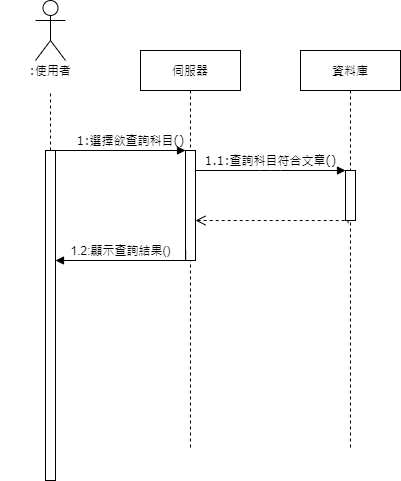
10746010/Plearnet-back-end keeps this draw.io diagram as src/main/uml/subjectsearch-2.png. Above is the earlier version. Source tidied: cells renumbered, new cells last; positions are measured from the earlier drawing's top-left corner, leaving out a move shared by most shapes. Source of this version:
```xml
<mxGraphModel background="#ffffff">
  <root>
    <mxCell id="0" />
    <mxCell id="1" parent="0" />
    <mxCell id="2" value="伺服器" style="shape=umlLifeline;perimeter=lifelinePerimeter;whiteSpace=wrap;html=1;rounded=0;shadow=0;comic=0;labelBackgroundColor=none;strokeWidth=1;fontFamily=Verdana;fontSize=12;align=center;" parent="1" vertex="1">
      <mxGeometry x="140" y="50" width="100" height="400" as="geometry" />
    </mxCell>
    <mxCell id="3" style="html=1;points=[];perimeter=orthogonalPerimeter;rounded=0;shadow=0;comic=0;labelBackgroundColor=none;strokeWidth=1;fontFamily=Verdana;fontSize=12;align=center;" parent="2" vertex="1">
      <mxGeometry x="45" y="100" width="10" height="110" as="geometry" />
    </mxCell>
    <mxCell id="4" value="資料庫" style="shape=umlLifeline;perimeter=lifelinePerimeter;whiteSpace=wrap;html=1;rounded=0;shadow=0;comic=0;labelBackgroundColor=none;strokeWidth=1;fontFamily=Verdana;fontSize=12;align=center;" parent="1" vertex="1">
      <mxGeometry x="300" y="50" width="100" height="400" as="geometry" />
    </mxCell>
    <mxCell id="5" style="html=1;points=[];perimeter=orthogonalPerimeter;rounded=0;shadow=0;comic=0;labelBackgroundColor=none;strokeWidth=1;fontFamily=Verdana;fontSize=12;align=center;" parent="4" vertex="1">
      <mxGeometry x="45" y="120" width="10" height="50" as="geometry" />
    </mxCell>
    <mxCell id="6" value=":使用者" style="shape=umlLifeline;perimeter=lifelinePerimeter;whiteSpace=wrap;html=1;rounded=1;shadow=0;comic=0;labelBackgroundColor=none;strokeWidth=1;fontFamily=Verdana;fontSize=12;align=center;fillColor=none;size=40;strokeColor=none;" parent="1" vertex="1">
      <mxGeometry y="50" width="100" height="400" as="geometry" />
    </mxCell>
    <mxCell id="7" style="html=1;points=[];perimeter=orthogonalPerimeter;rounded=0;shadow=0;comic=0;labelBackgroundColor=none;strokeWidth=1;fontFamily=Verdana;fontSize=12;align=center;" parent="6" vertex="1">
      <mxGeometry x="45" y="100" width="10" height="330" as="geometry" />
    </mxCell>
    <mxCell id="8" value="1:選擇欲查詢科目()" style="html=1;verticalAlign=bottom;endArrow=block;entryX=0;entryY=0;labelBackgroundColor=none;fontFamily=Verdana;fontSize=12;edgeStyle=elbowEdgeStyle;elbow=vertical;" parent="1" edge="1" source="7" target="3">
      <mxGeometry x="0.15" relative="1" as="geometry" />
    </mxCell>
    <mxCell id="9" value="1.1:查詢科目符合文章()" style="html=1;verticalAlign=bottom;endArrow=block;entryX=0;entryY=0;labelBackgroundColor=none;fontFamily=Verdana;fontSize=12;edgeStyle=elbowEdgeStyle;elbow=vertical;" parent="1" edge="1" source="3" target="5">
      <mxGeometry relative="1" as="geometry" />
    </mxCell>
    <mxCell id="10" style="shape=umlActor;verticalLabelPosition=bottom;verticalAlign=top;html=1;fillColor=none;gradientColor=none;" parent="1" vertex="1">
      <mxGeometry x="35" width="30" height="60" as="geometry" />
    </mxCell>
    <mxCell id="11" style="edgeStyle=orthogonalEdgeStyle;rounded=0;jettySize=auto;html=1;endArrow=none;endFill=0;dashed=1;" parent="1" edge="1" source="7">
      <mxGeometry relative="1" as="geometry">
        <mxPoint x="50" y="90" as="targetPoint" />
        <Array as="points">
          <mxPoint x="50" y="130" />
          <mxPoint x="50" y="130" />
        </Array>
      </mxGeometry>
    </mxCell>
    <mxCell id="12" value="1.2:顯示查詢結果()" style="edgeStyle=orthogonalEdgeStyle;rounded=0;jettySize=auto;html=1;endArrow=block;endFill=1;exitX=0.02;exitY=0.909;exitDx=0;exitDy=0;exitPerimeter=0;" parent="1" edge="1" source="3">
      <mxGeometry x="0.07" y="-10" relative="1" as="geometry">
        <mxPoint x="55" y="260" as="targetPoint" />
        <Array as="points">
          <mxPoint x="185" y="260" />
        </Array>
      </mxGeometry>
    </mxCell>
    <mxCell id="13" style="html=1;verticalAlign=bottom;endArrow=open;dashed=1;endSize=8;rounded=0;edgeStyle=orthogonalEdgeStyle;exitX=0.26;exitY=1.052;exitDx=0;exitDy=0;exitPerimeter=0;" parent="1" edge="1">
      <mxGeometry relative="1" as="geometry">
        <mxPoint x="347.6" y="222.6" as="sourcePoint" />
        <mxPoint x="195" y="220" as="targetPoint" />
        <Array as="points">
          <mxPoint x="348" y="220" />
        </Array>
      </mxGeometry>
    </mxCell>
  </root>
</mxGraphModel>
```
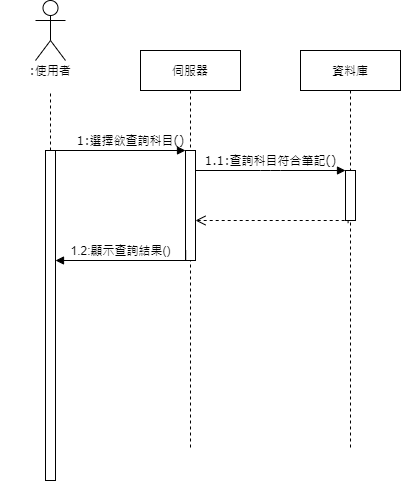
After the commit.

Commit message:
update subjectsearch Sequence Diagram

What changed in the source:
```diff
@@ -23,7 +23,7 @@
     <mxCell id="8" value="1:選擇欲查詢科目()" style="html=1;verticalAlign=bottom;endArrow=block;entryX=0;entryY=0;labelBackgroundColor=none;fontFamily=Verdana;fontSize=12;edgeStyle=elbowEdgeStyle;elbow=vertical;" parent="1" edge="1" source="7" target="3">
       <mxGeometry x="0.15" relative="1" as="geometry" />
     </mxCell>
-    <mxCell id="9" value="1.1:查詢科目符合文章()" style="html=1;verticalAlign=bottom;endArrow=block;entryX=0;entryY=0;labelBackgroundColor=none;fontFamily=Verdana;fontSize=12;edgeStyle=elbowEdgeStyle;elbow=vertical;" parent="1" edge="1" source="3" target="5">
+    <mxCell id="9" value="1.1:查詢科目符合筆記()" style="html=1;verticalAlign=bottom;endArrow=block;entryX=0;entryY=0;labelBackgroundColor=none;fontFamily=Verdana;fontSize=12;edgeStyle=elbowEdgeStyle;elbow=vertical;" parent="1" edge="1" source="3" target="5">
       <mxGeometry relative="1" as="geometry" />
     </mxCell>
     <mxCell id="10" style="shape=umlActor;verticalLabelPosition=bottom;verticalAlign=top;html=1;fillColor=none;gradientColor=none;" parent="1" vertex="1">
```
